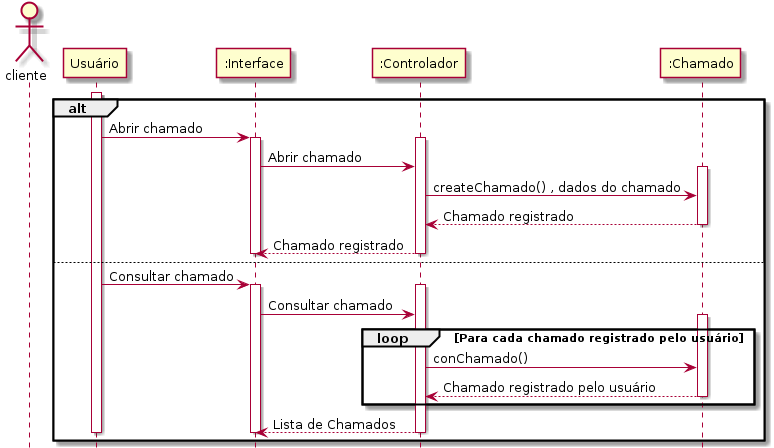
This is doc/uml/sequencia/chamados.png from VictorCarlquist/HelpMeNow, a PlantUML export, as it was before one commit.
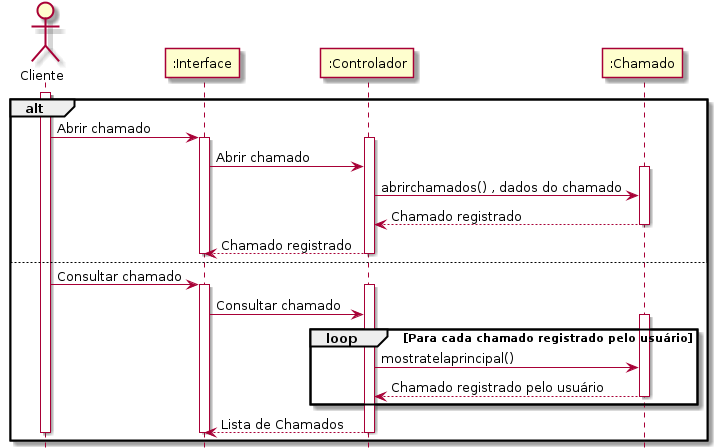
After the commit.

The edit, as a diff of the source:
```diff
@@ -1,16 +1,16 @@
 @startuml
 
 	hide footbox
-	actor cliente as cliente
+	actor "Cliente" as cliente
 
-		activate "Usuário"
+		activate cliente
 	alt
-			"Usuário" -> ":Interface" : Abrir chamado
+			cliente -> ":Interface" : Abrir chamado
 			activate ":Interface"
 				activate ":Controlador"
 					":Interface" -> ":Controlador" : Abrir chamado
 					activate ":Chamado"
-						":Controlador" -> ":Chamado" : createChamado() , dados do chamado
+						":Controlador" -> ":Chamado" : abrirchamados() , dados do chamado
 						":Chamado" --> ":Controlador" : Chamado registrado
 					deactivate ":Chamado"
 					":Controlador" --> ":Interface" : Chamado registrado
@@ -19,19 +19,19 @@
 
 	else
 
-			"Usuário" -> ":Interface" : Consultar chamado
+			cliente -> ":Interface" : Consultar chamado
 			activate ":Interface"
 				activate ":Controlador"
 					":Interface" -> ":Controlador" : Consultar chamado
 					activate ":Chamado"
 						loop Para cada chamado registrado pelo usuário
-							":Controlador" -> ":Chamado" : conChamado()
+							":Controlador" -> ":Chamado" : mostratelaprincipal()
 							":Chamado" --> ":Controlador" : Chamado registrado pelo usuário
 						end
 					deactivate ":Chamado"
 					":Controlador" --> ":Interface" : Lista de Chamados
 				deactivate ":Controlador"
 			deactivate ":Interface"
-		deactivate "Usuário"
+		deactivate cliente
 	end
 @enduml
```
